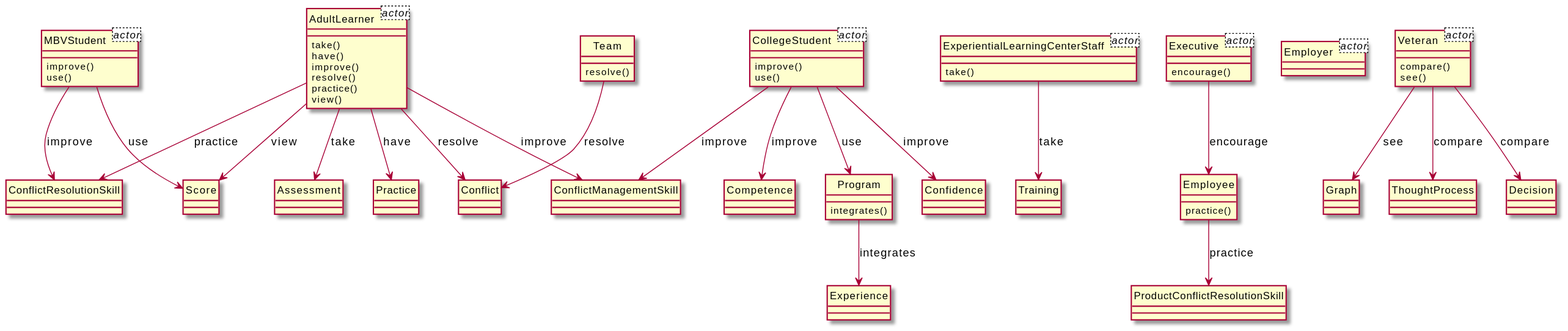
The PlantUML diagram output/diagram_5/2015-USC-Project04.svg in xixixhalu/DomainModelExtractor, before a commit. The source it was exported from:
```plantuml
@startuml
hide circle
class AdultLearner<actor> {
}
class ExperientialLearningCenterStaff<actor> {
}
class CollegeStudent<actor> {
}
class MBVStudent<actor> {
}
class Executive<actor> {
}
class Employer<actor> {
}
class Veteran<actor> {
}
class CollegeStudent {
	improve()
	use()
}
class Competence {
}
class MBVStudent {
	improve()
	use()
}
class ConflictResolutionSkill {
}
class Employee {
	practice()
}
class ProductConflictResolutionSkill {
}
class Veteran {
	compare()
	see()
}
class Graph {
}
class ConflictManagementSkill {
}
class AdultLearner {
	take()
	have()
	improve()
	resolve()
	practice()
	view()
}
class Practice {
}
class Score {
}
class ThoughtProcess {
}
class Team {
	resolve()
}
class Conflict {
}
class ExperientialLearningCenterStaff {
	take()
}
class Training {
}
class Decision {
}
class Program {
	integrates()
}
class Executive {
	encourage()
}
class Assessment {
}
class Confidence {
}
class Experience {
}
CollegeStudent --> Program : use
MBVStudent --> ConflictResolutionSkill : improve
Team --> Conflict : resolve
Executive --> Employee : encourage
AdultLearner --> ConflictManagementSkill : improve
Employee --> ProductConflictResolutionSkill : practice
AdultLearner --> Assessment : take
MBVStudent --> Score : use
Veteran --> Graph : see
CollegeStudent --> Confidence : improve
Program --> Experience : integrates
CollegeStudent --> ConflictManagementSkill : improve
AdultLearner --> Score : view
AdultLearner --> Practice : have
Veteran --> ThoughtProcess : compare
AdultLearner --> ConflictResolutionSkill : practice
ExperientialLearningCenterStaff --> Training : take
AdultLearner --> Conflict : resolve
Veteran --> Decision : compare
CollegeStudent --> Competence : improve
@enduml
```
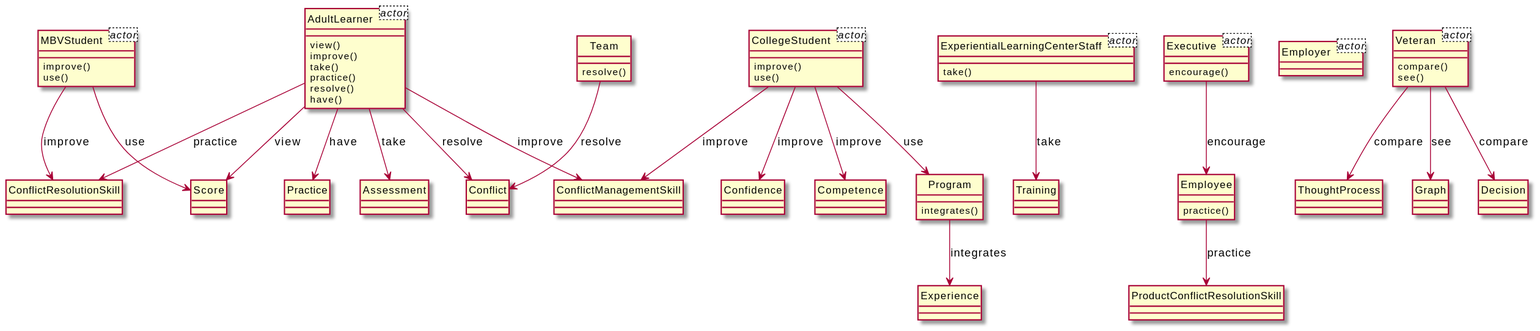
Above is the later version.

Diff of the diagram source:
```diff
@@ -14,11 +14,26 @@
 }
 class Veteran<actor> {
 }
-class CollegeStudent {
+class Veteran {
+	compare()
+	see()
+}
+class ThoughtProcess {
+}
+class Employee {
+	practice()
+}
+class ProductConflictResolutionSkill {
+}
+class AdultLearner {
+	view()
 	improve()
-	use()
+	take()
+	practice()
+	resolve()
+	have()
 }
-class Competence {
+class Assessment {
 }
 class MBVStudent {
 	improve()
@@ -26,75 +41,60 @@
 }
 class ConflictResolutionSkill {
 }
-class Employee {
-	practice()
+class Graph {
 }
-class ProductConflictResolutionSkill {
+class Decision {
 }
-class Veteran {
-	compare()
-	see()
+class CollegeStudent {
+	improve()
+	use()
 }
-class Graph {
+class Confidence {
+}
+class Practice {
+}
+class Conflict {
 }
 class ConflictManagementSkill {
 }
-class AdultLearner {
-	take()
-	have()
-	improve()
-	resolve()
-	practice()
-	view()
+class Competence {
 }
-class Practice {
+class Program {
+	integrates()
+}
+class Experience {
 }
 class Score {
-}
-class ThoughtProcess {
-}
-class Team {
-	resolve()
-}
-class Conflict {
 }
 class ExperientialLearningCenterStaff {
 	take()
 }
 class Training {
 }
-class Decision {
-}
-class Program {
-	integrates()
+class Team {
+	resolve()
 }
 class Executive {
 	encourage()
 }
-class Assessment {
-}
-class Confidence {
-}
-class Experience {
-}
 CollegeStudent --> Program : use
+AdultLearner --> ConflictResolutionSkill : practice
+AdultLearner --> Conflict : resolve
+Employee --> ProductConflictResolutionSkill : practice
+MBVStudent --> Score : use
+AdultLearner --> Score : view
+AdultLearner --> Assessment : take
+ExperientialLearningCenterStaff --> Training : take
+CollegeStudent --> Confidence : improve
 MBVStudent --> ConflictResolutionSkill : improve
+CollegeStudent --> ConflictManagementSkill : improve
 Team --> Conflict : resolve
+Veteran --> Graph : see
 Executive --> Employee : encourage
+Veteran --> Decision : compare
+AdultLearner --> Practice : have
 AdultLearner --> ConflictManagementSkill : improve
-Employee --> ProductConflictResolutionSkill : practice
-AdultLearner --> Assessment : take
-MBVStudent --> Score : use
-Veteran --> Graph : see
-CollegeStudent --> Confidence : improve
+CollegeStudent --> Competence : improve
 Program --> Experience : integrates
-CollegeStudent --> ConflictManagementSkill : improve
-AdultLearner --> Score : view
-AdultLearner --> Practice : have
 Veteran --> ThoughtProcess : compare
-AdultLearner --> ConflictResolutionSkill : practice
-ExperientialLearningCenterStaff --> Training : take
-AdultLearner --> Conflict : resolve
-Veteran --> Decision : compare
-CollegeStudent --> Competence : improve
 @enduml
```
